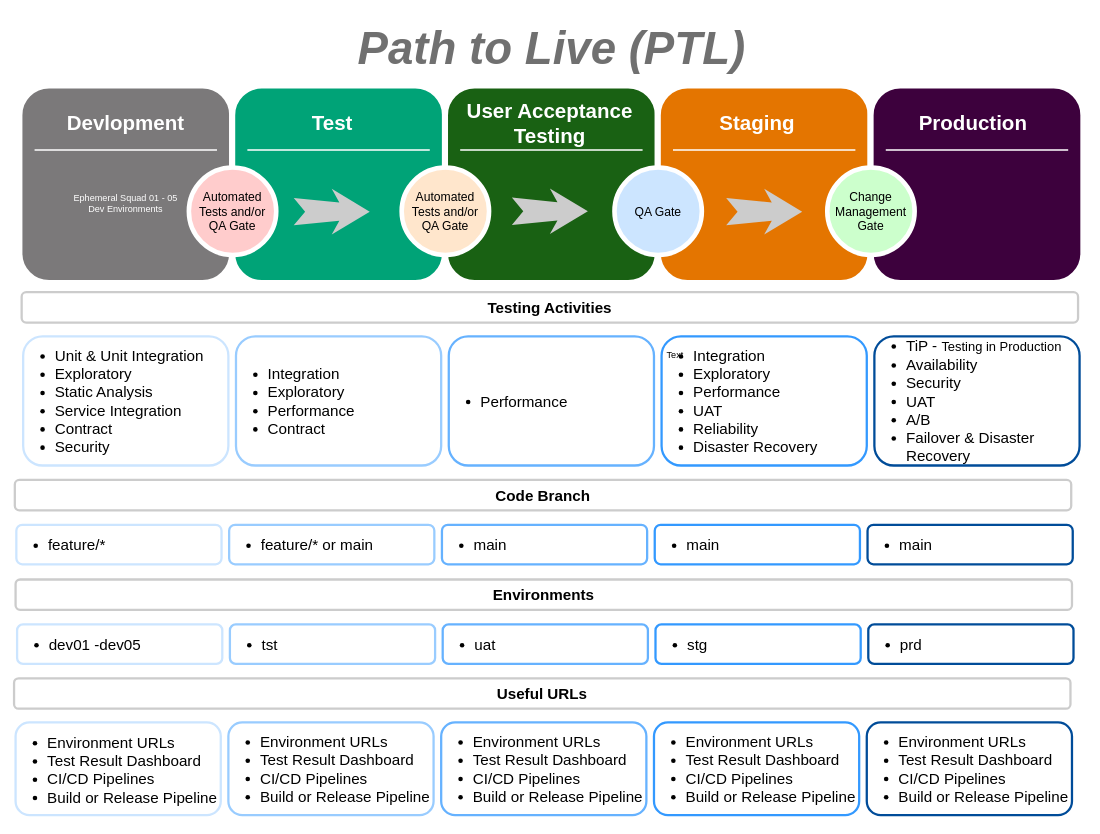
Before: Diagrams/path-to-live-7im.drawio in Vykistwo/7IM, a draw.io diagram. Source tidied: cells renumbered, new cells numbered last; positions are measured from the earlier drawing's top-left corner, leaving out a move shared by most shapes. Both pictures are drawn from the tidied source at 76%, with x=0, y=0 at pixel (14, 13).
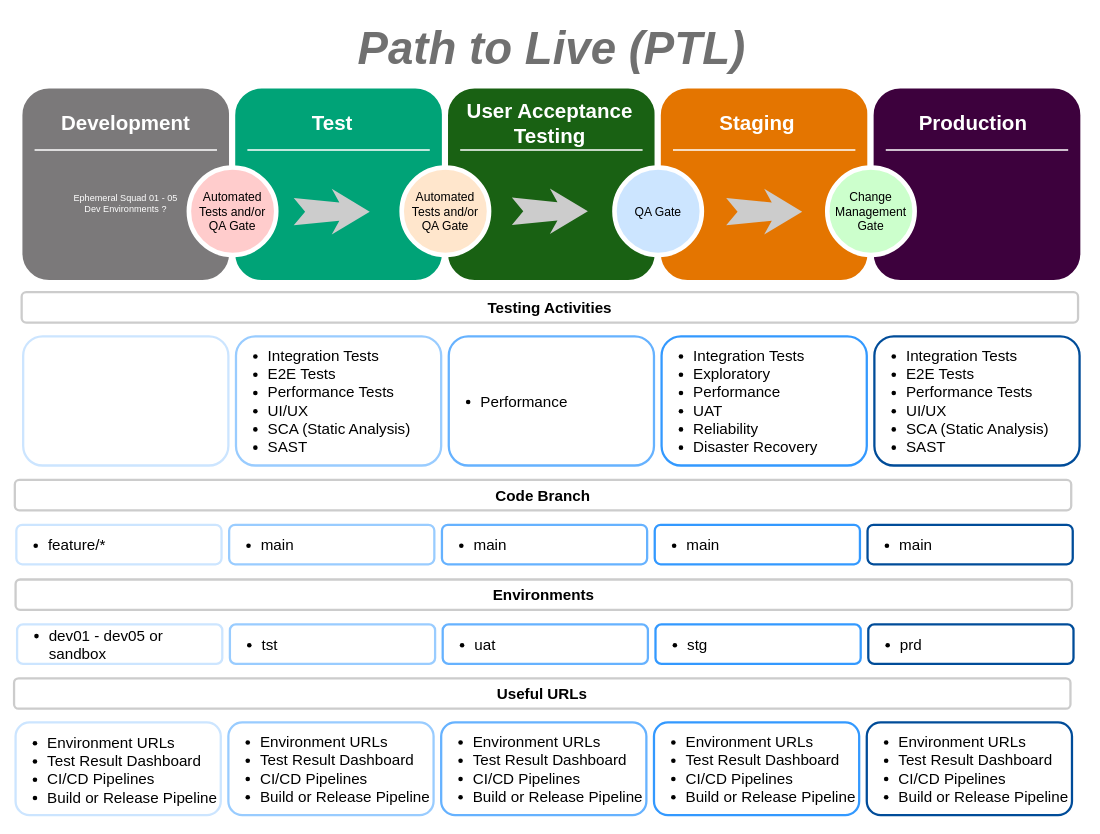
Above is the later version.

Change to the diagram source:
```diff
@@
-    <mxCell id="3" value="&lt;ul style=&quot;font-size: 20px&quot;&gt;&lt;li style=&quot;font-size: 20px&quot;&gt;Unit &amp;amp; Unit Integration&lt;/li&gt;&lt;li style=&quot;font-size: 20px&quot;&gt;Exploratory&amp;nbsp;&lt;/li&gt;&lt;li style=&quot;font-size: 20px&quot;&gt;Static Analysis&lt;/li&gt;&lt;li style=&quot;font-size: 20px&quot;&gt;Service Integration&lt;/li&gt;&lt;li style=&quot;font-size: 20px&quot;&gt;Contract&lt;/li&gt;&lt;li style=&quot;font-size: 20px&quot;&gt;Security&lt;/li&gt;&lt;/ul&gt;" style="text;html=1;align=left;verticalAlign=middle;whiteSpace=wrap;rounded=1;shadow=0;fontSize=20;strokeWidth=3;fillColor=#ffffff;strokeColor=#CCE5FF;perimeterSpacing=5;" parent="1" vertex="1">
+    <mxCell id="3" value="&lt;div&gt;&lt;br&gt;&lt;/div&gt;" style="text;html=1;align=left;verticalAlign=middle;whiteSpace=wrap;rounded=1;shadow=0;fontSize=20;strokeWidth=3;fillColor=#ffffff;strokeColor=#CCE5FF;perimeterSpacing=5;" parent="1" vertex="1">
       <mxGeometry x="12" y="425" width="270" height="170" as="geometry" />
     </mxCell>
@@
-    <mxCell id="21" value="&lt;ul style=&quot;font-size: 20px&quot;&gt;&lt;li style=&quot;font-size: 20px&quot;&gt;Integration&amp;nbsp;&lt;/li&gt;&lt;li style=&quot;font-size: 20px&quot;&gt;Exploratory&lt;/li&gt;&lt;li style=&quot;font-size: 20px&quot;&gt;Performance&lt;/li&gt;&lt;li style=&quot;font-size: 20px&quot;&gt;Contract&amp;nbsp;&lt;/li&gt;&lt;/ul&gt;" style="text;html=1;align=left;verticalAlign=middle;whiteSpace=wrap;rounded=1;shadow=0;fontSize=20;strokeWidth=3;fillColor=#ffffff;perimeterSpacing=5;strokeColor=#99CCFF;" parent="1" vertex="1">
+    <mxCell id="21" value="&lt;ul style=&quot;font-size: 20px&quot;&gt;&lt;li style=&quot;font-size: 20px&quot;&gt;Integration Tests&lt;/li&gt;&lt;li style=&quot;font-size: 20px&quot;&gt;E2E Tests&amp;nbsp;&lt;/li&gt;&lt;li style=&quot;font-size: 20px&quot;&gt;Performance Tests&lt;/li&gt;&lt;li style=&quot;font-size: 20px&quot;&gt;UI/UX&lt;/li&gt;&lt;li style=&quot;font-size: 20px&quot;&gt;SCA (Static Analysis)&lt;/li&gt;&lt;li style=&quot;font-size: 20px&quot;&gt;SAST&lt;/li&gt;&lt;/ul&gt;" style="text;html=1;align=left;verticalAlign=middle;whiteSpace=wrap;rounded=1;shadow=0;fontSize=20;strokeWidth=3;fillColor=#ffffff;perimeterSpacing=5;strokeColor=#99CCFF;" parent="1" vertex="1">
       <mxGeometry x="292" y="425" width="270" height="170" as="geometry" />
     </mxCell>
@@
-    <mxCell id="23" value="&lt;ul style=&quot;font-size: 20px&quot;&gt;&lt;li&gt;Integration&amp;nbsp;&lt;/li&gt;&lt;li&gt;Exploratory&lt;/li&gt;&lt;li&gt;Performance&lt;/li&gt;&lt;li&gt;UAT&lt;/li&gt;&lt;li&gt;Reliability&lt;/li&gt;&lt;li&gt;Disaster Recovery&lt;/li&gt;&lt;/ul&gt;" style="text;html=1;align=left;verticalAlign=middle;whiteSpace=wrap;rounded=1;shadow=0;fontSize=20;strokeWidth=3;fillColor=#ffffff;perimeterSpacing=5;strokeColor=#3399FF;" parent="1" vertex="1">
+    <mxCell id="23" value="&lt;ul style=&quot;font-size: 20px&quot;&gt;&lt;li&gt;Integration Tests&lt;/li&gt;&lt;li&gt;Exploratory&lt;/li&gt;&lt;li&gt;Performance&lt;/li&gt;&lt;li&gt;UAT&lt;/li&gt;&lt;li&gt;Reliability&lt;/li&gt;&lt;li&gt;Disaster Recovery&lt;/li&gt;&lt;/ul&gt;" style="text;html=1;align=left;verticalAlign=middle;whiteSpace=wrap;rounded=1;shadow=0;fontSize=20;strokeWidth=3;fillColor=#ffffff;perimeterSpacing=5;strokeColor=#3399FF;" parent="1" vertex="1">
       <mxGeometry x="852" y="425" width="270" height="170" as="geometry" />
     </mxCell>
-    <mxCell id="24" value="&lt;ul style=&quot;font-size: 20px&quot;&gt;&lt;li&gt;TiP -&amp;nbsp;&lt;font style=&quot;font-size: 17px&quot;&gt;Testing in Production&lt;/font&gt;&lt;/li&gt;&lt;li&gt;Availability&lt;/li&gt;&lt;li&gt;Security&amp;nbsp;&lt;/li&gt;&lt;li&gt;UAT&lt;/li&gt;&lt;li&gt;A/B&lt;/li&gt;&lt;li&gt;Failover &amp;amp; Disaster Recovery&lt;/li&gt;&lt;/ul&gt;" style="text;html=1;align=left;verticalAlign=middle;whiteSpace=wrap;rounded=1;shadow=0;fontSize=20;strokeWidth=3;fillColor=#ffffff;perimeterSpacing=5;strokeColor=#004C99;" parent="1" vertex="1">
+    <mxCell id="24" value="&lt;ul style=&quot;font-size: 20px&quot;&gt;&lt;li&gt;Integration Tests&lt;/li&gt;&lt;li&gt;E2E Tests&amp;nbsp;&lt;/li&gt;&lt;li&gt;Performance Tests&lt;/li&gt;&lt;li&gt;UI/UX&lt;/li&gt;&lt;li&gt;SCA (Static Analysis)&lt;/li&gt;&lt;li&gt;SAST&lt;/li&gt;&lt;/ul&gt;" style="text;html=1;align=left;verticalAlign=middle;whiteSpace=wrap;rounded=1;shadow=0;fontSize=20;strokeWidth=3;fillColor=#ffffff;perimeterSpacing=5;strokeColor=#004C99;" parent="1" vertex="1">
       <mxGeometry x="1132" y="425" width="270" height="170" as="geometry" />
     </mxCell>
@@
-    <mxCell id="27" value="&lt;ul style=&quot;font-size: 20px&quot;&gt;&lt;li style=&quot;font-size: 20px&quot;&gt;feature/* or main&lt;/li&gt;&lt;/ul&gt;" style="text;html=1;align=left;verticalAlign=middle;whiteSpace=wrap;rounded=1;shadow=0;fontSize=20;strokeWidth=3;fillColor=#ffffff;perimeterSpacing=5;strokeColor=#99CCFF;" parent="1" vertex="1">
+    <mxCell id="27" value="&lt;ul style=&quot;font-size: 20px&quot;&gt;&lt;li style=&quot;font-size: 20px&quot;&gt;main&lt;/li&gt;&lt;/ul&gt;" style="text;html=1;align=left;verticalAlign=middle;whiteSpace=wrap;rounded=1;shadow=0;fontSize=20;strokeWidth=3;fillColor=#ffffff;perimeterSpacing=5;strokeColor=#99CCFF;" parent="1" vertex="1">
       <mxGeometry x="283" y="673" width="270" height="52" as="geometry" />
     </mxCell>
@@
-    <mxCell id="31" value="&lt;font color=&quot;#ffffff&quot;&gt;Devlopment&lt;/font&gt;" style="text;html=1;strokeColor=none;fillColor=none;align=center;verticalAlign=middle;whiteSpace=wrap;rounded=0;shadow=0;fontSize=27;fontStyle=1;" parent="1" vertex="1">
+    <mxCell id="31" value="&lt;font color=&quot;#ffffff&quot;&gt;Development&lt;/font&gt;" style="text;html=1;strokeColor=none;fillColor=none;align=center;verticalAlign=middle;whiteSpace=wrap;rounded=0;shadow=0;fontSize=27;fontStyle=1;" parent="1" vertex="1">
       <mxGeometry x="7" y="115" width="280" height="60" as="geometry" />
     </mxCell>
@@
-    <mxCell id="37" value="&lt;ul style=&quot;font-size: 20px&quot;&gt;&lt;li style=&quot;font-size: 20px&quot;&gt;dev01 -dev05&lt;/li&gt;&lt;/ul&gt;" style="text;html=1;align=left;verticalAlign=middle;whiteSpace=wrap;rounded=1;shadow=0;fontSize=20;strokeWidth=3;fillColor=#ffffff;strokeColor=#CCE5FF;perimeterSpacing=5;" parent="1" vertex="1">
+    <mxCell id="37" value="&lt;ul style=&quot;font-size: 20px&quot;&gt;&lt;li style=&quot;font-size: 20px&quot;&gt;dev01 - dev05 or sandbox&lt;/li&gt;&lt;/ul&gt;" style="text;html=1;align=left;verticalAlign=middle;whiteSpace=wrap;rounded=1;shadow=0;fontSize=20;strokeWidth=3;fillColor=#ffffff;strokeColor=#CCE5FF;perimeterSpacing=5;" parent="1" vertex="1">
       <mxGeometry x="4" y="804" width="270" height="52" as="geometry" />
     </mxCell>
@@
-    <mxCell id="49" value="Text" style="text;html=1;align=center;verticalAlign=middle;whiteSpace=wrap;rounded=0;" parent="1" vertex="1">
-      <mxGeometry x="840" y="435" width="60" height="30" as="geometry" />
-    </mxCell>
-    <mxCell id="50" value="Ephemeral Squad 01 - 05 Dev Environments" style="text;html=1;align=center;verticalAlign=middle;whiteSpace=wrap;rounded=0;fontColor=#FFFFFF;" parent="1" vertex="1">
+    <mxCell id="50" value="Ephemeral Squad 01 - 05 Dev Environments ?" style="text;html=1;align=center;verticalAlign=middle;whiteSpace=wrap;rounded=0;fontColor=#FFFFFF;" parent="1" vertex="1">
       <mxGeometry x="72" y="195" width="150" height="110" as="geometry" />
     </mxCell>
```
